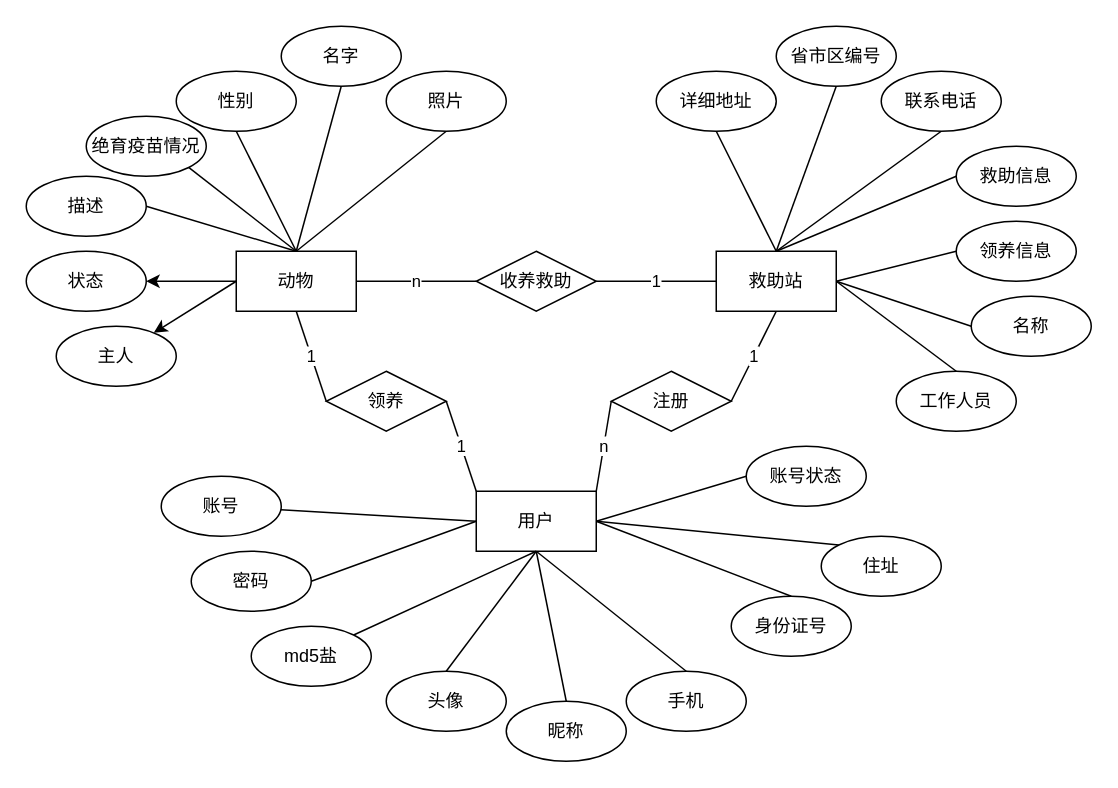
Above: ER图.drawio in PurplePoplarz/MyStatic (draw.io), before the change. Source tidied: cells renumbered, new cells numbered last; positions are measured from the earlier drawing's top-left corner, leaving out a move shared by most shapes. Both pictures are drawn from the tidied source at 150%, with x=0, y=0 at pixel (26, 26).
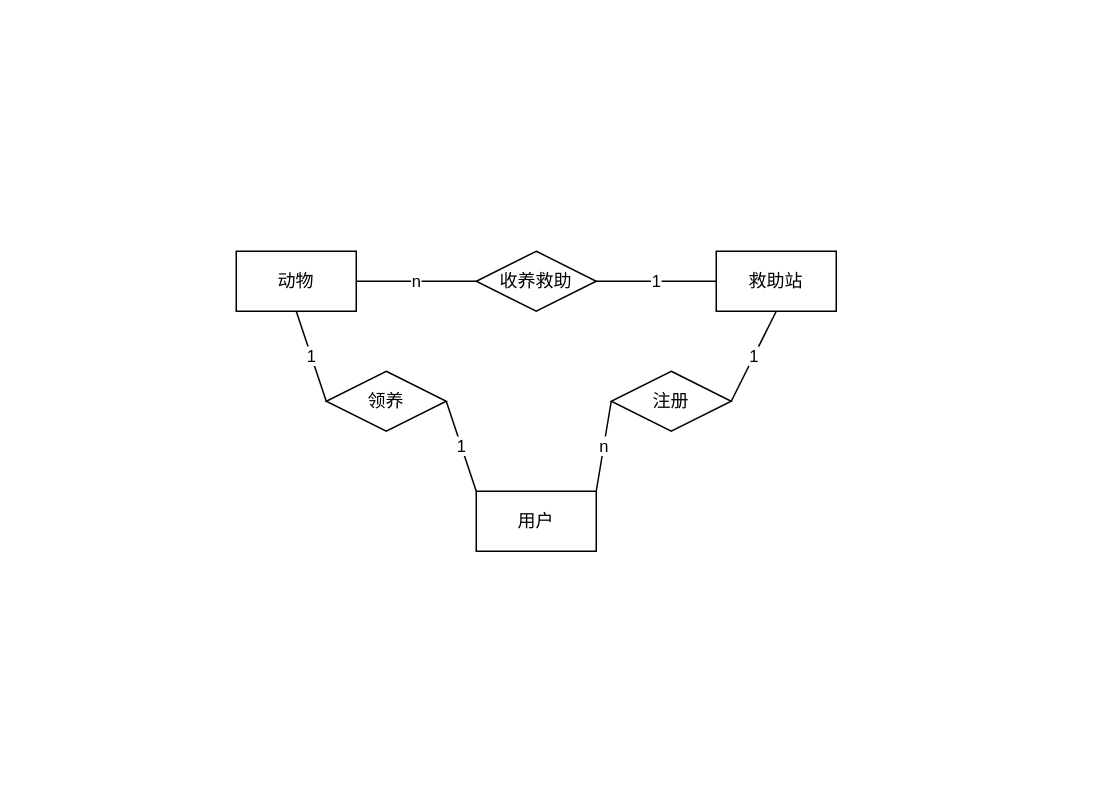
After the change.

Unchanged cells that the change refers to:
```xml
<mxCell id="9" value="动物" style="rounded=0;whiteSpace=wrap;html=1;" parent="1" vertex="1">
  <mxGeometry x="140" y="150" width="80" height="40" as="geometry" />
</mxCell>
<mxCell id="12" value="用户" style="rounded=0;whiteSpace=wrap;html=1;" parent="1" vertex="1">
  <mxGeometry x="300" y="310" width="80" height="40" as="geometry" />
</mxCell>
<mxCell id="22" value="救助站" style="rounded=0;whiteSpace=wrap;html=1;" parent="1" vertex="1">
  <mxGeometry x="460" y="150" width="80" height="40" as="geometry" />
</mxCell>
```

Change to the diagram source:
```diff
@@
-    <mxCell id="2" style="edgeStyle=none;rounded=0;jettySize=auto;html=1;exitX=0.5;exitY=0;exitDx=0;exitDy=0;entryX=1;entryY=0.5;entryDx=0;entryDy=0;endArrow=none;endFill=0;" parent="1" edge="1" source="9" target="28">
-      <mxGeometry relative="1" as="geometry" />
-    </mxCell>
-    <mxCell id="3" style="edgeStyle=none;rounded=0;jettySize=auto;html=1;exitX=0.5;exitY=0;exitDx=0;exitDy=0;entryX=1;entryY=1;entryDx=0;entryDy=0;endArrow=none;endFill=0;" parent="1" edge="1" source="9" target="29">
-      <mxGeometry relative="1" as="geometry" />
-    </mxCell>
-    <mxCell id="4" style="edgeStyle=none;rounded=0;jettySize=auto;html=1;exitX=0.5;exitY=0;exitDx=0;exitDy=0;entryX=0.5;entryY=1;entryDx=0;entryDy=0;endArrow=none;endFill=0;" parent="1" edge="1" source="9" target="30">
-      <mxGeometry relative="1" as="geometry" />
-    </mxCell>
-    <mxCell id="5" style="edgeStyle=none;rounded=0;jettySize=auto;html=1;exitX=0.5;exitY=0;exitDx=0;exitDy=0;entryX=0.5;entryY=1;entryDx=0;entryDy=0;endArrow=none;endFill=0;" parent="1" edge="1" source="9" target="27">
-      <mxGeometry relative="1" as="geometry" />
-    </mxCell>
-    <mxCell id="6" style="edgeStyle=none;rounded=0;jettySize=auto;html=1;exitX=0.5;exitY=0;exitDx=0;exitDy=0;entryX=0.5;entryY=1;entryDx=0;entryDy=0;endArrow=none;endFill=0;" parent="1" edge="1" source="9" target="31">
-      <mxGeometry relative="1" as="geometry" />
-    </mxCell>
-    <mxCell id="7" style="edgeStyle=none;rounded=0;jettySize=auto;html=1;exitX=0;exitY=0.5;exitDx=0;exitDy=0;" parent="1" edge="1" source="9" target="38">
-      <mxGeometry relative="1" as="geometry" />
-    </mxCell>
-    <mxCell id="8" style="edgeStyle=none;rounded=0;jettySize=auto;html=1;exitX=0;exitY=0.5;exitDx=0;exitDy=0;" parent="1" edge="1" source="9" target="37">
-      <mxGeometry relative="1" as="geometry" />
-    </mxCell>
@@
-    <mxCell id="11" style="edgeStyle=none;rounded=0;jettySize=auto;html=1;exitX=0;exitY=0.5;exitDx=0;exitDy=0;endArrow=none;endFill=0;" parent="1" edge="1" source="12" target="47">
-      <mxGeometry relative="1" as="geometry" />
-    </mxCell>
@@
-    <mxCell id="15" style="edgeStyle=none;rounded=0;jettySize=auto;html=1;exitX=0.5;exitY=0;exitDx=0;exitDy=0;entryX=0.5;entryY=1;entryDx=0;entryDy=0;endArrow=none;endFill=0;" parent="1" edge="1" source="22" target="34">
-      <mxGeometry relative="1" as="geometry" />
-    </mxCell>
-    <mxCell id="16" style="edgeStyle=none;rounded=0;jettySize=auto;html=1;exitX=0.5;exitY=0;exitDx=0;exitDy=0;entryX=0.5;entryY=1;entryDx=0;entryDy=0;endArrow=none;endFill=0;" parent="1" edge="1" source="22" target="35">
-      <mxGeometry relative="1" as="geometry" />
-    </mxCell>
-    <mxCell id="17" style="edgeStyle=none;rounded=0;jettySize=auto;html=1;exitX=0.5;exitY=0;exitDx=0;exitDy=0;entryX=0.5;entryY=1;entryDx=0;entryDy=0;endArrow=none;endFill=0;" parent="1" edge="1" source="22" target="39">
-      <mxGeometry relative="1" as="geometry" />
-    </mxCell>
-    <mxCell id="18" style="edgeStyle=none;rounded=0;jettySize=auto;html=1;exitX=0.5;exitY=0;exitDx=0;exitDy=0;entryX=0;entryY=0.5;entryDx=0;entryDy=0;endArrow=none;endFill=0;" parent="1" edge="1" source="22" target="36">
-      <mxGeometry relative="1" as="geometry" />
-    </mxCell>
-    <mxCell id="19" style="edgeStyle=none;rounded=0;jettySize=auto;html=1;exitX=1;exitY=0.5;exitDx=0;exitDy=0;entryX=0;entryY=0.5;entryDx=0;entryDy=0;endArrow=none;endFill=0;" parent="1" edge="1" source="22" target="45">
-      <mxGeometry relative="1" as="geometry" />
-    </mxCell>
-    <mxCell id="20" style="edgeStyle=none;rounded=0;jettySize=auto;html=1;exitX=1;exitY=0.5;exitDx=0;exitDy=0;entryX=0;entryY=0.5;entryDx=0;entryDy=0;endArrow=none;endFill=0;" parent="1" edge="1" source="22" target="40">
-      <mxGeometry relative="1" as="geometry" />
-    </mxCell>
-    <mxCell id="21" style="edgeStyle=none;rounded=0;jettySize=auto;html=1;exitX=1;exitY=0.5;exitDx=0;exitDy=0;entryX=0.5;entryY=0;entryDx=0;entryDy=0;endArrow=none;endFill=0;" parent="1" edge="1" source="22" target="44">
-      <mxGeometry relative="1" as="geometry" />
-    </mxCell>
@@
-    <mxCell id="27" value="名字" style="ellipse;whiteSpace=wrap;html=1;" parent="1" vertex="1">
-      <mxGeometry x="170" width="80" height="40" as="geometry" />
-    </mxCell>
-    <mxCell id="28" value="描述" style="ellipse;whiteSpace=wrap;html=1;" parent="1" vertex="1">
-      <mxGeometry y="100" width="80" height="40" as="geometry" />
-    </mxCell>
-    <mxCell id="29" value="绝育疫苗情况" style="ellipse;whiteSpace=wrap;html=1;" parent="1" vertex="1">
-      <mxGeometry x="40" y="60" width="80" height="40" as="geometry" />
-    </mxCell>
-    <mxCell id="30" value="性别" style="ellipse;whiteSpace=wrap;html=1;" parent="1" vertex="1">
-      <mxGeometry x="100" y="30" width="80" height="40" as="geometry" />
-    </mxCell>
-    <mxCell id="31" value="照片" style="ellipse;whiteSpace=wrap;html=1;" parent="1" vertex="1">
-      <mxGeometry x="240" y="30" width="80" height="40" as="geometry" />
-    </mxCell>
@@
-    <mxCell id="34" value="详细地址" style="ellipse;whiteSpace=wrap;html=1;" parent="1" vertex="1">
-      <mxGeometry x="420" y="30" width="80" height="40" as="geometry" />
-    </mxCell>
-    <mxCell id="35" value="省市区编号" style="ellipse;whiteSpace=wrap;html=1;" parent="1" vertex="1">
-      <mxGeometry x="500" width="80" height="40" as="geometry" />
-    </mxCell>
-    <mxCell id="36" value="救助信息" style="ellipse;whiteSpace=wrap;html=1;" parent="1" vertex="1">
-      <mxGeometry x="620" y="80" width="80" height="40" as="geometry" />
-    </mxCell>
-    <mxCell id="37" value="主人" style="ellipse;whiteSpace=wrap;html=1;" parent="1" vertex="1">
-      <mxGeometry x="20" y="200" width="80" height="40" as="geometry" />
-    </mxCell>
-    <mxCell id="38" value="状态" style="ellipse;whiteSpace=wrap;html=1;" parent="1" vertex="1">
-      <mxGeometry y="150" width="80" height="40" as="geometry" />
-    </mxCell>
-    <mxCell id="39" value="联系电话" style="ellipse;whiteSpace=wrap;html=1;" parent="1" vertex="1">
-      <mxGeometry x="570" y="30" width="80" height="40" as="geometry" />
-    </mxCell>
-    <mxCell id="40" value="领养信息" style="ellipse;whiteSpace=wrap;html=1;" parent="1" vertex="1">
-      <mxGeometry x="620" y="130" width="80" height="40" as="geometry" />
-    </mxCell>
-    <mxCell id="41" style="edgeStyle=none;rounded=0;orthogonalLoop=1;jettySize=auto;html=1;exitX=0.5;exitY=0;exitDx=0;exitDy=0;" parent="1" edge="1" source="40" target="40">
-      <mxGeometry relative="1" as="geometry" />
-    </mxCell>
-    <mxCell id="42" style="edgeStyle=none;rounded=0;jettySize=auto;html=1;exitX=1;exitY=0.5;exitDx=0;exitDy=0;endArrow=none;endFill=0;" parent="1" edge="1" source="43">
-      <mxGeometry relative="1" as="geometry">
-        <mxPoint x="300" y="330" as="targetPoint" />
-      </mxGeometry>
-    </mxCell>
-    <mxCell id="43" value="密码" style="ellipse;whiteSpace=wrap;html=1;" parent="1" vertex="1">
-      <mxGeometry x="110" y="350" width="80" height="40" as="geometry" />
-    </mxCell>
-    <mxCell id="44" value="工作人员" style="ellipse;whiteSpace=wrap;html=1;" parent="1" vertex="1">
-      <mxGeometry x="580" y="230" width="80" height="40" as="geometry" />
-    </mxCell>
-    <mxCell id="45" value="名称" style="ellipse;whiteSpace=wrap;html=1;" parent="1" vertex="1">
-      <mxGeometry x="630" y="180" width="80" height="40" as="geometry" />
-    </mxCell>
-    <mxCell id="46" style="edgeStyle=none;rounded=0;orthogonalLoop=1;jettySize=auto;html=1;exitX=0.5;exitY=0;exitDx=0;exitDy=0;" parent="1" edge="1" source="36" target="36">
-      <mxGeometry relative="1" as="geometry" />
-    </mxCell>
-    <mxCell id="47" value="账号" style="ellipse;whiteSpace=wrap;html=1;" parent="1" vertex="1">
-      <mxGeometry x="90" y="300" width="80" height="40" as="geometry" />
-    </mxCell>
-    <mxCell id="48" style="edgeStyle=none;rounded=0;jettySize=auto;html=1;exitX=1;exitY=0;exitDx=0;exitDy=0;entryX=0.5;entryY=1;entryDx=0;entryDy=0;endArrow=none;endFill=0;" parent="1" edge="1" source="49" target="12">
-      <mxGeometry relative="1" as="geometry" />
-    </mxCell>
-    <mxCell id="49" value="md5盐" style="ellipse;whiteSpace=wrap;html=1;" parent="1" vertex="1">
-      <mxGeometry x="150" y="400" width="80" height="40" as="geometry" />
-    </mxCell>
-    <mxCell id="50" style="edgeStyle=none;rounded=0;jettySize=auto;html=1;exitX=0.5;exitY=0;exitDx=0;exitDy=0;endArrow=none;endFill=0;" parent="1" edge="1" source="51">
-      <mxGeometry relative="1" as="geometry">
-        <mxPoint x="340" y="350" as="targetPoint" />
-      </mxGeometry>
-    </mxCell>
-    <mxCell id="51" value="头像" style="ellipse;whiteSpace=wrap;html=1;" parent="1" vertex="1">
-      <mxGeometry x="240" y="430" width="80" height="40" as="geometry" />
-    </mxCell>
-    <mxCell id="52" style="edgeStyle=none;rounded=0;jettySize=auto;html=1;exitX=0.5;exitY=0;exitDx=0;exitDy=0;endArrow=none;endFill=0;" parent="1" edge="1" source="53">
-      <mxGeometry relative="1" as="geometry">
-        <mxPoint x="340" y="350" as="targetPoint" />
-      </mxGeometry>
-    </mxCell>
-    <mxCell id="53" value="昵称" style="ellipse;whiteSpace=wrap;html=1;" parent="1" vertex="1">
-      <mxGeometry x="320" y="450" width="80" height="40" as="geometry" />
-    </mxCell>
-    <mxCell id="54" style="edgeStyle=none;rounded=0;jettySize=auto;html=1;exitX=0.5;exitY=0;exitDx=0;exitDy=0;endArrow=none;endFill=0;" parent="1" edge="1" source="55">
-      <mxGeometry relative="1" as="geometry">
-        <mxPoint x="340" y="350" as="targetPoint" />
-      </mxGeometry>
-    </mxCell>
-    <mxCell id="55" value="手机" style="ellipse;whiteSpace=wrap;html=1;" parent="1" vertex="1">
-      <mxGeometry x="400" y="430" width="80" height="40" as="geometry" />
-    </mxCell>
-    <mxCell id="56" style="edgeStyle=none;rounded=0;jettySize=auto;html=1;exitX=0.5;exitY=0;exitDx=0;exitDy=0;entryX=1;entryY=0.5;entryDx=0;entryDy=0;endArrow=none;endFill=0;" parent="1" edge="1" source="57" target="12">
-      <mxGeometry relative="1" as="geometry" />
-    </mxCell>
-    <mxCell id="57" value="身份证号" style="ellipse;whiteSpace=wrap;html=1;" parent="1" vertex="1">
-      <mxGeometry x="470" y="380" width="80" height="40" as="geometry" />
-    </mxCell>
-    <mxCell id="58" style="edgeStyle=none;rounded=0;jettySize=auto;html=1;exitX=0;exitY=0;exitDx=0;exitDy=0;endArrow=none;endFill=0;" parent="1" edge="1" source="59">
-      <mxGeometry relative="1" as="geometry">
-        <mxPoint x="380" y="330" as="targetPoint" />
-      </mxGeometry>
-    </mxCell>
-    <mxCell id="59" value="住址" style="ellipse;whiteSpace=wrap;html=1;" parent="1" vertex="1">
-      <mxGeometry x="530" y="340" width="80" height="40" as="geometry" />
-    </mxCell>
-    <mxCell id="60" style="edgeStyle=none;rounded=0;jettySize=auto;html=1;exitX=0;exitY=0.5;exitDx=0;exitDy=0;endArrow=none;endFill=0;" parent="1" edge="1" source="61">
-      <mxGeometry relative="1" as="geometry">
-        <mxPoint x="380" y="330" as="targetPoint" />
-      </mxGeometry>
-    </mxCell>
-    <mxCell id="61" value="账号状态" style="ellipse;whiteSpace=wrap;html=1;" parent="1" vertex="1">
-      <mxGeometry x="480" y="280" width="80" height="40" as="geometry" />
-    </mxCell>
```
